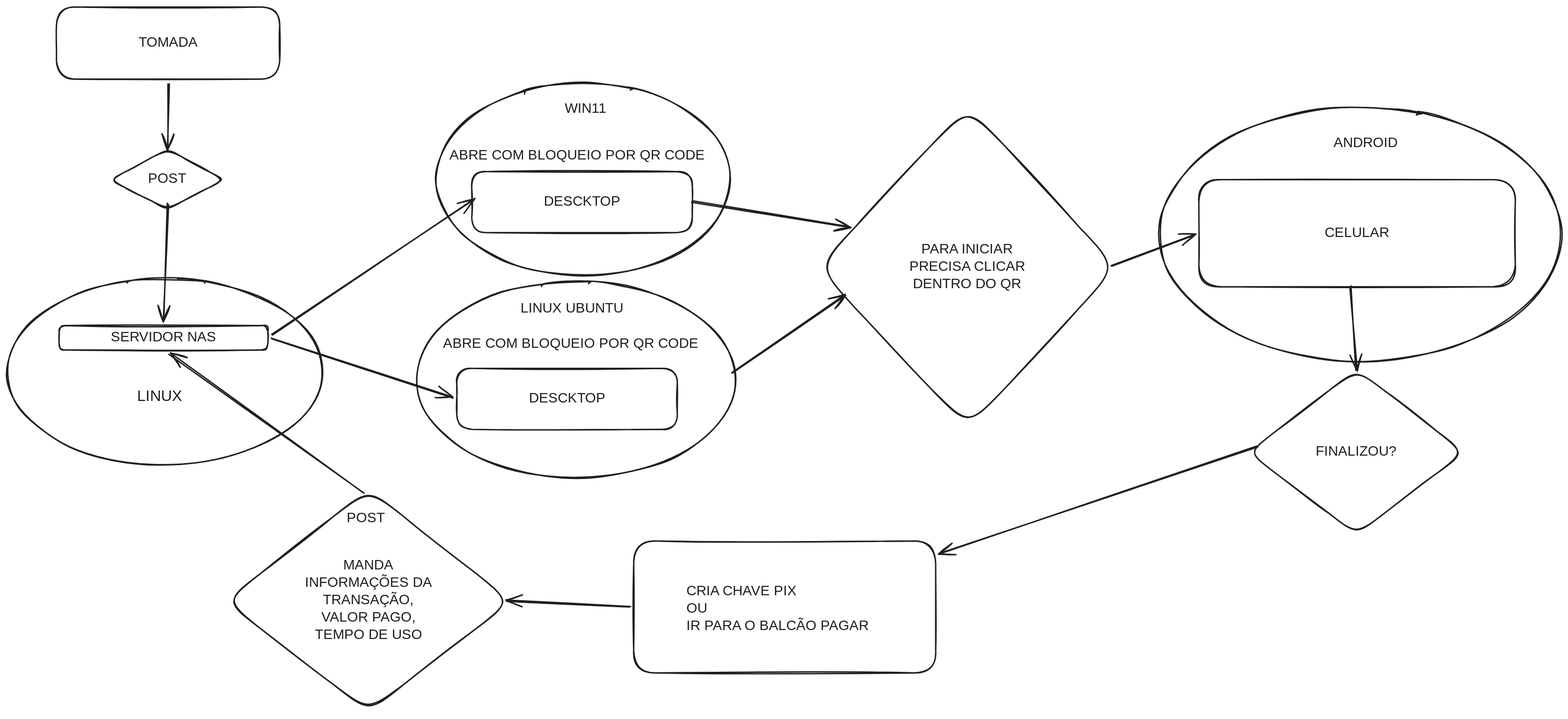
Above: docs/overview.svg in JoaoBringmann/Medidor_Energia_Coworking (Excalidraw), before the change. Source tidied: one line per element, renumbered; positions are measured from the earlier drawing's top-left corner, leaving out a move shared by most shapes.
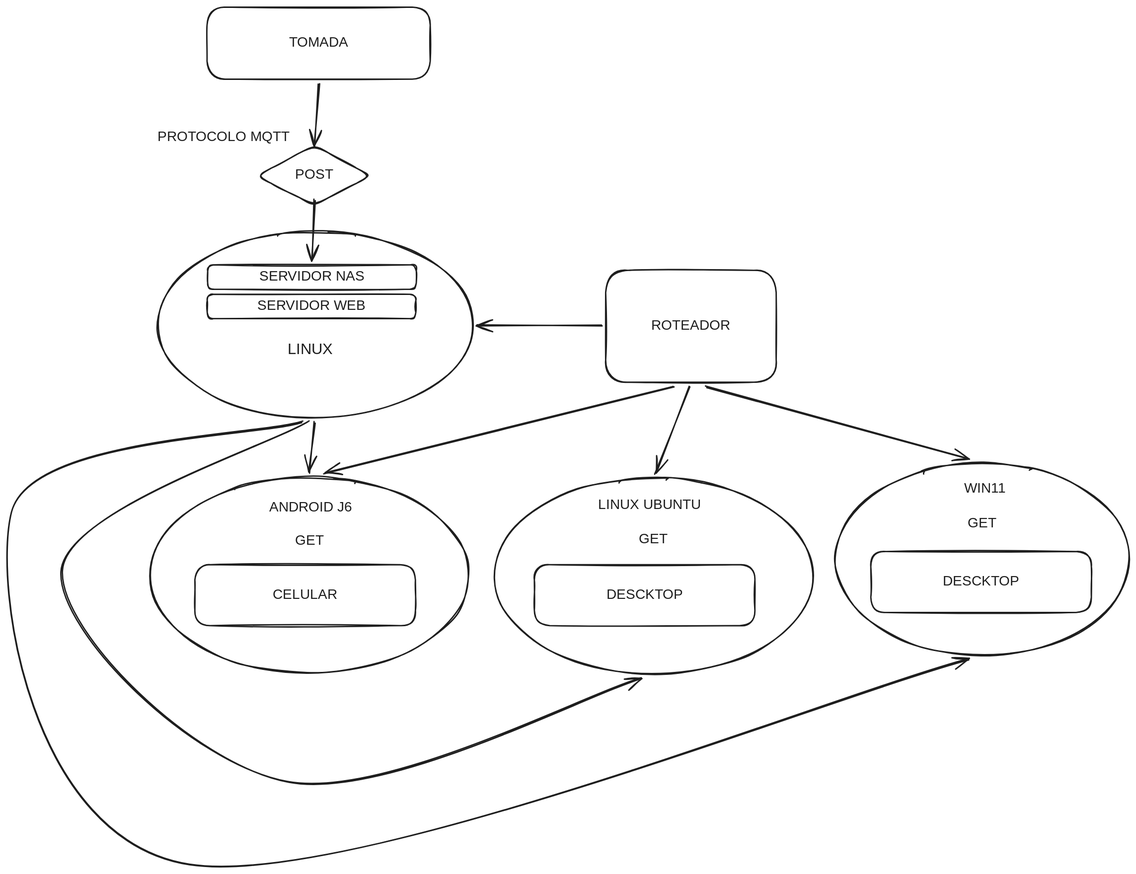
After the change.

Commit message:
Imagem atuazlizada

Change to the diagram source:
```diff
@@ -1,42 +1,37 @@
-{"id": 0, "type": "rectangle", "strokeColor": "#1e1e1e", "strokeWidth": 2, "roughness": 1, "round": true, "x": 71, "y": 0, "width": 321, "height": 104}
+{"id": 0, "type": "rectangle", "strokeColor": "#1e1e1e", "strokeWidth": 2, "roughness": 1, "round": true, "x": 71, "y": 67, "width": 321, "height": 104}
-{"id": 1, "type": "text", "text": "TOMADA", "strokeColor": "#1e1e1e", "strokeWidth": 2, "roughness": 1, "fontSize": 20, "fontFamily": 5, "textAlign": "center", "verticalAlign": "middle", "inside": 0, "x": 187, "y": 39, "width": 89, "height": 25}
+{"id": 1, "type": "text", "text": "TOMADA", "strokeColor": "#1e1e1e", "strokeWidth": 2, "roughness": 1, "fontSize": 20, "fontFamily": 5, "textAlign": "center", "verticalAlign": "middle", "inside": 0, "x": 187, "y": 107, "width": 89, "height": 25}
-{"id": 2, "type": "rectangle", "strokeColor": "#1e1e1e", "strokeWidth": 2, "roughness": 1, "round": true, "x": 75, "y": 458, "width": 300, "height": 35}
+{"id": 2, "type": "rectangle", "strokeColor": "#1e1e1e", "strokeWidth": 2, "roughness": 1, "round": true, "x": 72, "y": 438, "width": 300, "height": 35}
-{"id": 3, "type": "text", "text": "SERVIDOR NAS", "strokeColor": "#1e1e1e", "strokeWidth": 2, "roughness": 1, "fontSize": 20, "fontFamily": 5, "textAlign": "center", "verticalAlign": "middle", "inside": 2, "x": 148, "y": 463, "width": 155, "height": 25}
+{"id": 3, "type": "text", "text": "SERVIDOR NAS", "strokeColor": "#1e1e1e", "strokeWidth": 2, "roughness": 1, "fontSize": 20, "fontFamily": 5, "textAlign": "center", "verticalAlign": "middle", "inside": 2, "x": 145, "y": 443, "width": 155, "height": 25}
-{"id": 4, "type": "diamond", "strokeColor": "#1e1e1e", "strokeWidth": 2, "roughness": 1, "round": true, "x": 149, "y": 204, "width": 163, "height": 87}
+{"id": 4, "type": "diamond", "strokeColor": "#1e1e1e", "strokeWidth": 2, "roughness": 1, "round": true, "x": 143, "y": 266, "width": 163, "height": 87}
-{"id": 5, "type": "text", "text": "POST", "strokeColor": "#1e1e1e", "strokeWidth": 2, "roughness": 1, "fontSize": 20, "fontFamily": 5, "textAlign": "center", "verticalAlign": "middle", "inside": 4, "x": 201, "y": 235, "width": 59, "height": 25}
+{"id": 5, "type": "text", "text": "POST", "strokeColor": "#1e1e1e", "strokeWidth": 2, "roughness": 1, "fontSize": 20, "fontFamily": 5, "textAlign": "center", "verticalAlign": "middle", "inside": 4, "x": 196, "y": 297, "width": 59, "height": 25}
-{"id": 6, "type": "arrow", "strokeColor": "#1e1e1e", "strokeWidth": 2, "roughness": 1, "endArrowhead": "arrow", "round": true, "from": 0, "to": 4, "x": 232, "y": 110, "width": 1, "height": 98, "points": [[0, 0], [-1, 98]]}
+{"id": 6, "type": "arrow", "strokeColor": "#1e1e1e", "strokeWidth": 2, "roughness": 1, "endArrowhead": "arrow", "round": true, "from": 0, "to": 4, "x": 231, "y": 177, "width": 6, "height": 92, "points": [[0, 0], [-6, 92]]}
 {"id": 7, "type": "ellipse", "strokeColor": "#1e1e1e", "strokeWidth": 2, "roughness": 1, "round": true, "x": 0, "y": 390, "width": 454, "height": 268}
 {"id": 8, "type": "text", "text": "LINUX", "strokeColor": "#1e1e1e", "strokeWidth": 2, "roughness": 1, "fontSize": 22.2, "fontFamily": 5, "x": 187, "y": 547, "width": 68, "height": 28}
-{"id": 9, "type": "arrow", "strokeColor": "#1e1e1e", "strokeWidth": 2, "roughness": 1, "endArrowhead": "arrow", "round": true, "from": 4, "to": 2, "x": 231, "y": 283, "width": 6, "height": 169, "points": [[0, 0], [-6, 169]]}
+{"id": 9, "type": "arrow", "strokeColor": "#1e1e1e", "strokeWidth": 2, "roughness": 1, "endArrowhead": "arrow", "round": true, "from": 4, "to": 2, "x": 225, "y": 345, "width": 3, "height": 88, "points": [[0, 0], [-3, 88]]}
-{"id": 10, "type": "rectangle", "strokeColor": "#1e1e1e", "strokeWidth": 2, "roughness": 1, "round": true, "x": 668, "y": 237, "width": 317, "height": 88}
+{"id": 10, "type": "rectangle", "strokeColor": "#1e1e1e", "strokeWidth": 2, "roughness": 1, "round": true, "x": 1026, "y": 851, "width": 317, "height": 88}
-{"id": 11, "type": "text", "text": "DESCKTOP", "strokeColor": "#1e1e1e", "strokeWidth": 2, "roughness": 1, "fontSize": 20, "fontFamily": 5, "textAlign": "center", "verticalAlign": "middle", "inside": 10, "x": 770, "y": 268, "width": 113, "height": 25}
+{"id": 11, "type": "text", "text": "DESCKTOP", "strokeColor": "#1e1e1e", "strokeWidth": 2, "roughness": 1, "fontSize": 20, "fontFamily": 5, "textAlign": "center", "verticalAlign": "middle", "inside": 10, "x": 1128, "y": 882, "width": 113, "height": 25}
-{"id": 12, "type": "rectangle", "strokeColor": "#1e1e1e", "strokeWidth": 2, "roughness": 1, "round": true, "x": 647, "y": 520, "width": 317, "height": 88}
+{"id": 12, "type": "rectangle", "strokeColor": "#1e1e1e", "strokeWidth": 2, "roughness": 1, "round": true, "x": 542, "y": 870, "width": 317, "height": 88}
-{"id": 13, "type": "text", "text": "DESCKTOP", "strokeColor": "#1e1e1e", "strokeWidth": 2, "roughness": 1, "fontSize": 20, "fontFamily": 5, "textAlign": "center", "verticalAlign": "middle", "inside": 12, "x": 749, "y": 551, "width": 113, "height": 25}
+{"id": 13, "type": "text", "text": "DESCKTOP", "strokeColor": "#1e1e1e", "strokeWidth": 2, "roughness": 1, "fontSize": 20, "fontFamily": 5, "textAlign": "center", "verticalAlign": "middle", "inside": 12, "x": 644, "y": 901, "width": 113, "height": 25}
-{"id": 14, "type": "arrow", "strokeColor": "#1e1e1e", "strokeWidth": 2, "roughness": 1, "endArrowhead": "arrow", "round": true, "from": 2, "to": 10, "x": 381, "y": 471, "width": 292, "height": 197, "points": [[0, 0], [292, -197]]}
-{"id": 15, "type": "arrow", "strokeColor": "#1e1e1e", "strokeWidth": 2, "roughness": 1, "endArrowhead": "arrow", "round": true, "from": 2, "to": 12, "x": 381, "y": 477, "width": 260, "height": 84, "points": [[0, 0], [260, 84]]}
-{"id": 16, "type": "ellipse", "strokeColor": "#1e1e1e", "strokeWidth": 2, "roughness": 1, "round": true, "x": 617, "y": 109, "width": 422, "height": 277}
+{"id": 16, "type": "ellipse", "strokeColor": "#1e1e1e", "strokeWidth": 2, "roughness": 1, "round": true, "x": 975, "y": 723, "width": 422, "height": 277}
-{"id": 17, "type": "text", "text": "WIN11", "strokeColor": "#1e1e1e", "strokeWidth": 2, "roughness": 1, "fontSize": 20, "fontFamily": 5, "x": 802, "y": 135, "width": 56, "height": 25}
+{"id": 17, "type": "text", "text": "WIN11", "strokeColor": "#1e1e1e", "strokeWidth": 2, "roughness": 1, "fontSize": 20, "fontFamily": 5, "x": 1160, "y": 749, "width": 56, "height": 25}
-{"id": 18, "type": "ellipse", "strokeColor": "#1e1e1e", "strokeWidth": 2, "roughness": 1, "round": true, "x": 589, "y": 394, "width": 459, "height": 282}
+{"id": 18, "type": "ellipse", "strokeColor": "#1e1e1e", "strokeWidth": 2, "roughness": 1, "round": true, "x": 484, "y": 744, "width": 459, "height": 282}
-{"id": 19, "type": "text", "text": "LINUX UBUNTU", "strokeColor": "#1e1e1e", "strokeWidth": 2, "roughness": 1, "fontSize": 20, "fontFamily": 5, "x": 738, "y": 421, "width": 158, "height": 25}
+{"id": 19, "type": "text", "text": "LINUX UBUNTU", "strokeColor": "#1e1e1e", "strokeWidth": 2, "roughness": 1, "fontSize": 20, "fontFamily": 5, "x": 634, "y": 772, "width": 158, "height": 25}
-{"id": 20, "type": "diamond", "strokeColor": "#1e1e1e", "strokeWidth": 2, "roughness": 1, "round": true, "x": 1166, "y": 143, "width": 430, "height": 463}
-{"id": 21, "type": "text", "text": "PARA INICIAR\nPRECISA CLICAR\nDENTRO DO QR", "strokeColor": "#1e1e1e", "strokeWidth": 2, "roughness": 1, "fontSize": 20, "fontFamily": 5, "textAlign": "center", "verticalAlign": "middle", "inside": 20, "x": 1293, "y": 337, "width": 175, "height": 75}
-{"id": 22, "type": "arrow", "strokeColor": "#1e1e1e", "strokeWidth": 2, "roughness": 1, "endArrowhead": "arrow", "round": true, "from": 10, "to": 20, "x": 986, "y": 280, "width": 226, "height": 37, "points": [[0, 0], [226, 37]]}
-{"id": 23, "type": "arrow", "strokeColor": "#1e1e1e", "strokeWidth": 2, "roughness": 1, "endArrowhead": "arrow", "round": true, "from": 18, "to": 20, "x": 1042, "y": 525, "width": 164, "height": 111, "points": [[0, 0], [164, -111]]}
-{"id": 24, "type": "rectangle", "strokeColor": "#1e1e1e", "strokeWidth": 2, "roughness": 1, "round": true, "x": 1714, "y": 248, "width": 455, "height": 154}
+{"id": 42, "type": "rectangle", "strokeColor": "#1e1e1e", "strokeWidth": 2, "roughness": 1, "round": true, "x": 71, "y": 481, "width": 300, "height": 35}
+{"id": 43, "type": "text", "text": "SERVIDOR WEB", "strokeColor": "#1e1e1e", "strokeWidth": 2, "roughness": 1, "fontSize": 20, "fontFamily": 5, "textAlign": "center", "verticalAlign": "middle", "inside": 42, "x": 140, "y": 486, "width": 163, "height": 25}
+{"id": 44, "type": "rectangle", "strokeColor": "#1e1e1e", "strokeWidth": 2, "roughness": 1, "round": true, "x": 54, "y": 870, "width": 317, "height": 88}
-{"id": 25, "type": "text", "text": "CELULAR", "strokeColor": "#1e1e1e", "strokeWidth": 2, "roughness": 1, "fontSize": 20, "fontFamily": 5, "textAlign": "center", "verticalAlign": "middle", "inside": 24, "x": 1896, "y": 313, "width": 91, "height": 25}
+{"id": 25, "type": "text", "text": "CELULAR", "strokeColor": "#1e1e1e", "strokeWidth": 2, "roughness": 1, "fontSize": 20, "fontFamily": 5, "textAlign": "center", "verticalAlign": "middle", "inside": 44, "x": 167, "y": 901, "width": 91, "height": 25}
-{"id": 26, "type": "arrow", "strokeColor": "#1e1e1e", "strokeWidth": 2, "roughness": 1, "endArrowhead": "arrow", "round": true, "from": 20, "to": 24, "x": 1588, "y": 372, "width": 120, "height": 45, "points": [[0, 0], [120, -45]]}
-{"id": 27, "type": "ellipse", "strokeColor": "#1e1e1e", "strokeWidth": 2, "roughness": 1, "round": true, "x": 1658, "y": 144, "width": 577, "height": 365}
-{"id": 28, "type": "text", "text": "ANDROID", "strokeColor": "#1e1e1e", "strokeWidth": 2, "roughness": 1, "fontSize": 20, "fontFamily": 5, "x": 1908, "y": 184, "width": 98, "height": 25}
-{"id": 29, "type": "text", "text": "ABRE COM BLOQUEIO POR QR CODE", "strokeColor": "#1e1e1e", "strokeWidth": 2, "roughness": 1, "fontSize": 20, "fontFamily": 5, "x": 636, "y": 201, "width": 384, "height": 25}
-{"id": 30, "type": "text", "text": "ABRE COM BLOQUEIO POR QR CODE", "strokeColor": "#1e1e1e", "strokeWidth": 2, "roughness": 1, "fontSize": 20.0, "fontFamily": 5, "x": 627, "y": 473, "width": 384, "height": 25}
-{"id": 31, "type": "diamond", "strokeColor": "#1e1e1e", "strokeWidth": 2, "roughness": 1, "round": true, "x": 1785, "y": 521, "width": 311, "height": 237}
-{"id": 32, "type": "text", "text": "FINALIZOU?", "strokeColor": "#1e1e1e", "strokeWidth": 2, "roughness": 1, "fontSize": 20, "fontFamily": 5, "textAlign": "center", "verticalAlign": "middle", "inside": 31, "x": 1877, "y": 627, "width": 126, "height": 25}
-{"id": 33, "type": "arrow", "strokeColor": "#1e1e1e", "strokeWidth": 2, "roughness": 1, "endArrowhead": "arrow", "round": true, "from": 24, "to": 31, "x": 1933, "y": 402, "width": 8, "height": 121, "points": [[0, 0], [8, 121]]}
-{"id": 34, "type": "rectangle", "strokeColor": "#1e1e1e", "strokeWidth": 2, "roughness": 1, "round": true, "x": 901, "y": 768, "width": 434, "height": 190}
-{"id": 35, "type": "text", "text": "CRIA CHAVE PIX\nOU\nIR PARA O BALCÃO PAGAR", "strokeColor": "#1e1e1e", "strokeWidth": 2, "roughness": 1, "fontSize": 20, "fontFamily": 5, "x": 977, "y": 828, "width": 275, "height": 75}
-{"id": 36, "type": "arrow", "strokeColor": "#1e1e1e", "strokeWidth": 2, "roughness": 1, "endArrowhead": "arrow", "round": true, "from": 31, "to": 34, "x": 1798, "y": 633, "width": 458, "height": 154, "points": [[0, 0], [-458, 154]]}
-{"id": 37, "type": "diamond", "strokeColor": "#1e1e1e", "strokeWidth": 2, "roughness": 1, "round": true, "x": 314, "y": 693, "width": 412, "height": 320}
-{"id": 38, "type": "text", "text": "MANDA\nINFORMAÇÕES DA\nTRANSAÇÃO,\nVALOR PAGO,\nTEMPO DE USO", "strokeColor": "#1e1e1e", "strokeWidth": 2, "roughness": 1, "fontSize": 20, "fontFamily": 5, "textAlign": "center", "verticalAlign": "middle", "inside": 37, "x": 427, "y": 791, "width": 186, "height": 125}
-{"id": 39, "type": "arrow", "strokeColor": "#1e1e1e", "strokeWidth": 2, "roughness": 1, "endArrowhead": "arrow", "round": true, "from": 34, "to": 37, "x": 895, "y": 862, "width": 177, "height": 8, "points": [[0, 0], [-177, -8]]}
-{"id": 40, "type": "arrow", "strokeColor": "#1e1e1e", "strokeWidth": 2, "roughness": 1, "endArrowhead": "arrow", "round": true, "from": 37, "to": 2, "x": 513, "y": 698, "width": 279, "height": 199, "points": [[0, 0], [-279, -199]]}
-{"id": 41, "type": "text", "text": "POST", "strokeColor": "#1e1e1e", "strokeWidth": 2, "roughness": 1, "fontSize": 20, "fontFamily": 5, "x": 488, "y": 723, "width": 59, "height": 25}
+{"id": 45, "type": "ellipse", "strokeColor": "#1e1e1e", "strokeWidth": 2, "roughness": 1, "round": true, "x": -11, "y": 743, "width": 459, "height": 282}
+{"id": 46, "type": "text", "text": "ANDROID J6", "strokeColor": "#1e1e1e", "strokeWidth": 2, "roughness": 1, "fontSize": 20, "fontFamily": 5, "x": 161, "y": 775, "width": 130, "height": 25}
+{"id": 47, "type": "text", "text": "GET", "strokeColor": "#1e1e1e", "strokeWidth": 2, "roughness": 1, "fontSize": 20, "fontFamily": 5, "x": 1165, "y": 799, "width": 47, "height": 25}
+{"id": 48, "type": "text", "text": "GET", "strokeColor": "#1e1e1e", "strokeWidth": 2, "roughness": 1, "fontSize": 20, "fontFamily": 5, "x": 692, "y": 821, "width": 47, "height": 25}
+{"id": 49, "type": "text", "text": "GET", "strokeColor": "#1e1e1e", "strokeWidth": 2, "roughness": 1, "fontSize": 20, "fontFamily": 5, "x": 198, "y": 823, "width": 47, "height": 25}
+{"id": 50, "type": "text", "text": "PROTOCOLO MQTT", "strokeColor": "#1e1e1e", "strokeWidth": 2, "roughness": 1, "fontSize": 20, "fontFamily": 5, "x": 0, "y": 242, "width": 204, "height": 25}
+{"id": 51, "type": "rectangle", "strokeColor": "#1e1e1e", "strokeWidth": 2, "roughness": 1, "round": true, "x": 645, "y": 446, "width": 245, "height": 161}
+{"id": 52, "type": "text", "text": "ROTEADOR", "strokeColor": "#1e1e1e", "strokeWidth": 2, "roughness": 1, "fontSize": 20, "fontFamily": 5, "textAlign": "center", "verticalAlign": "middle", "inside": 51, "x": 707, "y": 514, "width": 120, "height": 25}
+{"id": 53, "type": "arrow", "strokeColor": "#1e1e1e", "strokeWidth": 2, "roughness": 1, "endArrowhead": "arrow", "round": true, "from": 51, "to": 7, "x": 639, "y": 526, "width": 179, "height": 2, "points": [[0, 0], [-179, -2]]}
+{"id": 54, "type": "arrow", "strokeColor": "#1e1e1e", "strokeWidth": 2, "roughness": 1, "endArrowhead": "arrow", "round": true, "from": 51, "to": 45, "x": 743, "y": 613, "width": 503, "height": 125, "points": [[0, 0], [-503, 125]]}
+{"id": 55, "type": "arrow", "strokeColor": "#1e1e1e", "strokeWidth": 2, "roughness": 1, "endArrowhead": "arrow", "round": true, "from": 51, "to": 18, "x": 765, "y": 613, "width": 49, "height": 125, "points": [[0, 0], [-49, 125]]}
+{"id": 56, "type": "arrow", "strokeColor": "#1e1e1e", "strokeWidth": 2, "roughness": 1, "endArrowhead": "arrow", "round": true, "from": 51, "to": 16, "x": 789, "y": 613, "width": 378, "height": 105, "points": [[0, 0], [378, 105]]}
+{"id": 57, "type": "arrow", "strokeColor": "#1e1e1e", "strokeWidth": 2, "roughness": 1, "endArrowhead": "arrow", "round": true, "from": 7, "to": 45, "x": 226, "y": 664, "width": 7, "height": 73, "points": [[0, 0], [-7, 73]]}
+{"id": 58, "type": "arrow", "strokeColor": "#1e1e1e", "strokeWidth": 2, "roughness": 1, "endArrowhead": "arrow", "round": true, "from": 7, "to": 18, "x": 217, "y": 664, "width": 833, "height": 518, "points": [[0, 0], [-355, 214], [-29, 518], [477, 368]]}
+{"id": 59, "type": "arrow", "strokeColor": "#1e1e1e", "strokeWidth": 2, "roughness": 1, "endArrowhead": "arrow", "round": true, "from": 7, "to": 16, "x": 209, "y": 664, "width": 1377, "height": 638, "points": [[0, 0], [-420, 130], [-163, 638], [957, 342]]}
```
